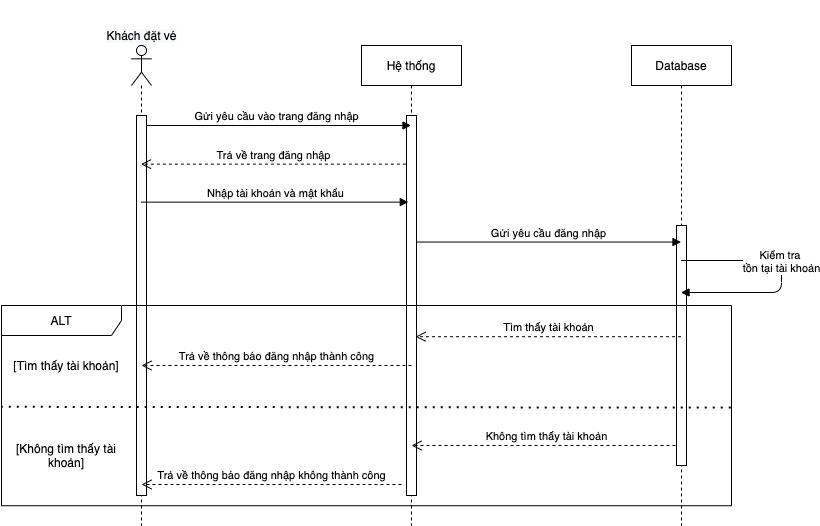
Before: Report/SequenceDiagram/Khách_Đăng nhập.png, a diagram exported from draw.io (baolongnguyenmac/CinemaManagementSystem). Source tidied: cells renumbered, new cells last; positions are measured from the earlier drawing's top-left corner, leaving out a move shared by most shapes.
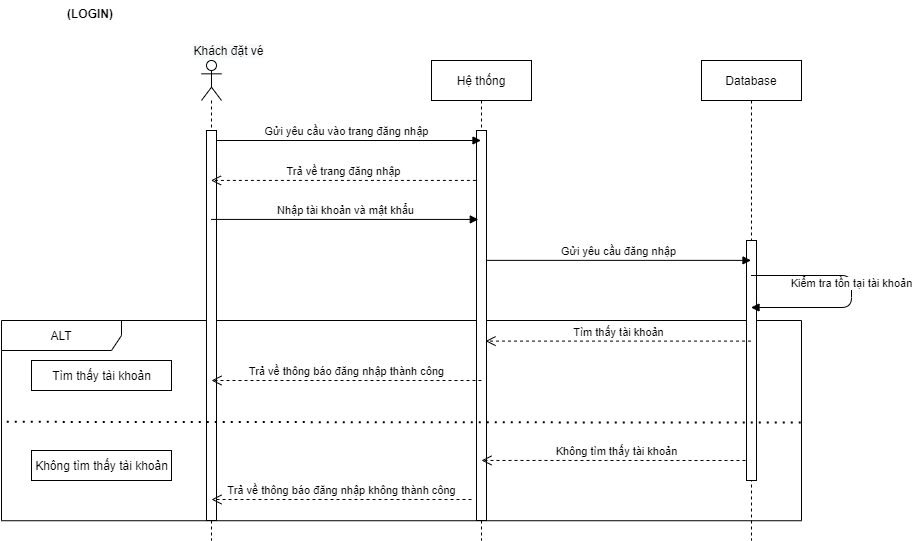
The same file after the commit.

Diff of the diagram source:
```diff
@@ -2,26 +2,28 @@
   <root>
     <mxCell id="0" />
     <mxCell id="1" parent="0" />
+    <mxCell id="21" value="ALT" style="shape=umlFrame;whiteSpace=wrap;html=1;width=120;height=30;swimlaneFillColor=none;" parent="1" vertex="1">
+      <mxGeometry x="-70" y="280" width="800" height="200.2" as="geometry" />
+    </mxCell>
     <mxCell id="2" value="Hệ thống" style="shape=umlLifeline;perimeter=lifelinePerimeter;rounded=0;shadow=0;strokeWidth=1;" parent="1" vertex="1">
       <mxGeometry x="360" y="20" width="100" height="480" as="geometry" />
     </mxCell>
     <mxCell id="3" style="rounded=0;whiteSpace=wrap;html=1;shadow=0;glass=0;sketch=0;gradientColor=none;align=center;" parent="2" vertex="1">
-      <mxGeometry x="45" y="70" width="10" height="380" as="geometry" />
+      <mxGeometry x="45" y="70" width="10" height="390" as="geometry" />
     </mxCell>
     <mxCell id="4" value="Database" style="shape=umlLifeline;perimeter=lifelinePerimeter;rounded=0;shadow=0;strokeWidth=1;size=40;" parent="1" vertex="1">
       <mxGeometry x="630" y="20" width="100" height="480" as="geometry" />
     </mxCell>
-    <mxCell id="5" value="Không tìm thấy tài khoản" style="html=1;verticalAlign=bottom;endArrow=open;dashed=1;endSize=8;" parent="4" edge="1">
+    <mxCell id="5" value="Không tìm thấy tài khoản" style="html=1;verticalAlign=bottom;endArrow=open;dashed=1;endSize=8;entryX=0.5;entryY=0.846;entryDx=0;entryDy=0;entryPerimeter=0;" parent="4" edge="1" target="3">
       <mxGeometry relative="1" as="geometry">
         <mxPoint x="50" y="400" as="sourcePoint" />
-        <mxPoint x="-220" y="400" as="targetPoint" />
       </mxGeometry>
     </mxCell>
     <mxCell id="6" style="rounded=0;whiteSpace=wrap;html=1;shadow=0;glass=0;sketch=0;gradientColor=none;align=center;" parent="4" vertex="1">
       <mxGeometry x="45" y="180" width="10" height="240" as="geometry" />
     </mxCell>
     <mxCell id="7" value="&#10;&#10;&lt;span style=&quot;color: rgb(0, 0, 0); font-family: helvetica; font-size: 12px; font-style: normal; font-weight: 400; letter-spacing: normal; text-align: center; text-indent: 0px; text-transform: none; word-spacing: 0px; background-color: rgb(248, 249, 250); display: inline; float: none;&quot;&gt;Khách đặt vé&lt;/span&gt;&#10;&#10;" style="text;html=1;strokeColor=none;fillColor=none;align=center;verticalAlign=middle;whiteSpace=wrap;rounded=0;" parent="1" vertex="1">
-      <mxGeometry x="102.5" width="75" height="20" as="geometry" />
+      <mxGeometry x="120" width="75" height="20" as="geometry" />
     </mxCell>
     <mxCell id="8" style="shape=umlLifeline;participant=umlActor;perimeter=lifelinePerimeter;whiteSpace=wrap;html=1;verticalAlign=top;spacingTop=36;outlineConnect=0;rounded=0;glass=0;sketch=0;shadow=0;" parent="1" vertex="1">
       <mxGeometry x="130" y="20" width="20" height="480" as="geometry" />
@@ -32,7 +34,7 @@
       </mxGeometry>
     </mxCell>
     <mxCell id="10" style="rounded=0;whiteSpace=wrap;html=1;shadow=0;glass=0;sketch=0;gradientColor=none;align=center;" parent="8" vertex="1">
-      <mxGeometry x="5" y="70" width="10" height="380" as="geometry" />
+      <mxGeometry x="5" y="70" width="10" height="390" as="geometry" />
     </mxCell>
     <mxCell id="11" value="Nhập tài khoản và mật khẩu" style="html=1;verticalAlign=bottom;endArrow=block;entryX=0.18;entryY=0.228;entryDx=0;entryDy=0;entryPerimeter=0;" parent="1" edge="1" source="8" target="3">
       <mxGeometry relative="1" as="geometry" />
@@ -43,11 +45,8 @@
     <mxCell id="13" value="Gửi yêu cầu đăng nhập" style="html=1;verticalAlign=bottom;endArrow=block;exitX=0.98;exitY=0.333;exitDx=0;exitDy=0;exitPerimeter=0;" parent="1" edge="1" source="3" target="4">
       <mxGeometry relative="1" as="geometry" />
     </mxCell>
-    <mxCell id="14" value="Tìm thấy tài khoản" style="html=1;verticalAlign=bottom;endArrow=open;dashed=1;endSize=8;entryX=0.9;entryY=0.54;entryDx=0;entryDy=0;entryPerimeter=0;" parent="1" edge="1">
-      <mxGeometry relative="1" as="geometry">
-        <mxPoint x="679.5" y="311.2" as="sourcePoint" />
-        <mxPoint x="414" y="311.2" as="targetPoint" />
-      </mxGeometry>
+    <mxCell id="14" value="Tìm thấy tài khoản" style="html=1;verticalAlign=bottom;endArrow=open;dashed=1;endSize=8;entryX=0.9;entryY=0.54;entryDx=0;entryDy=0;entryPerimeter=0;" parent="1" edge="1" source="4" target="3">
+      <mxGeometry relative="1" as="geometry" />
     </mxCell>
     <mxCell id="15" value="Trả về thông báo đăng nhập thành công" style="html=1;verticalAlign=bottom;endArrow=open;dashed=1;endSize=8;" parent="1" edge="1">
       <mxGeometry relative="1" as="geometry">
@@ -64,7 +63,16 @@
         <mxPoint x="140" y="459" as="targetPoint" />
       </mxGeometry>
     </mxCell>
+    <mxCell id="22" value="Tìm thấy tài khoản" style="html=1;gradientColor=none;" parent="1" vertex="1">
+      <mxGeometry x="-40" y="320" width="140" height="30" as="geometry" />
+    </mxCell>
+    <mxCell id="23" value="Không tìm thấy tài khoản" style="html=1;gradientColor=none;" parent="1" vertex="1">
+      <mxGeometry x="-40" y="410" width="140" height="30" as="geometry" />
+    </mxCell>
+    <mxCell id="24" value="(LOGIN)" style="text;align=center;fontStyle=1;verticalAlign=middle;spacingLeft=3;spacingRight=3;strokeColor=none;rounded=0;shadow=0;glass=0;sketch=0;gradientColor=none;" parent="1" vertex="1">
+      <mxGeometry x="-21" y="-40" width="80" height="26" as="geometry" />
+    </mxCell>
-    <mxCell id="18" value="Kiểm tra &lt;br&gt;tồn tại tài khoản" style="html=1;verticalAlign=bottom;endArrow=block;" parent="1" edge="1" source="4" target="4">
+    <mxCell id="18" value="Kiểm tra tồn tại tài khoản" style="html=1;verticalAlign=bottom;endArrow=block;" parent="1" edge="1" source="4" target="4">
       <mxGeometry relative="1" as="geometry">
         <Array as="points">
           <mxPoint x="780" y="235" />
@@ -72,14 +80,5 @@
         </Array>
       </mxGeometry>
     </mxCell>
-    <mxCell id="19" value="&lt;span&gt;[Tìm thấy tài khoản]&lt;/span&gt;" style="text;html=1;strokeColor=none;fillColor=none;align=center;verticalAlign=middle;whiteSpace=wrap;rounded=0;" parent="1" vertex="1">
-      <mxGeometry x="10" y="330" width="110" height="20" as="geometry" />
-    </mxCell>
-    <mxCell id="20" value="&lt;span&gt;[Không tìm thấy tài khoản]&lt;/span&gt;" style="text;html=1;strokeColor=none;fillColor=none;align=center;verticalAlign=middle;whiteSpace=wrap;rounded=0;" parent="1" vertex="1">
-      <mxGeometry x="10" y="420" width="110" height="20" as="geometry" />
-    </mxCell>
-    <mxCell id="21" value="ALT" style="shape=umlFrame;whiteSpace=wrap;html=1;width=120;height=30;swimlaneFillColor=none;" parent="1" vertex="1">
-      <mxGeometry y="280" width="730" height="200.2" as="geometry" />
-    </mxCell>
   </root>
 </mxGraphModel>
```
